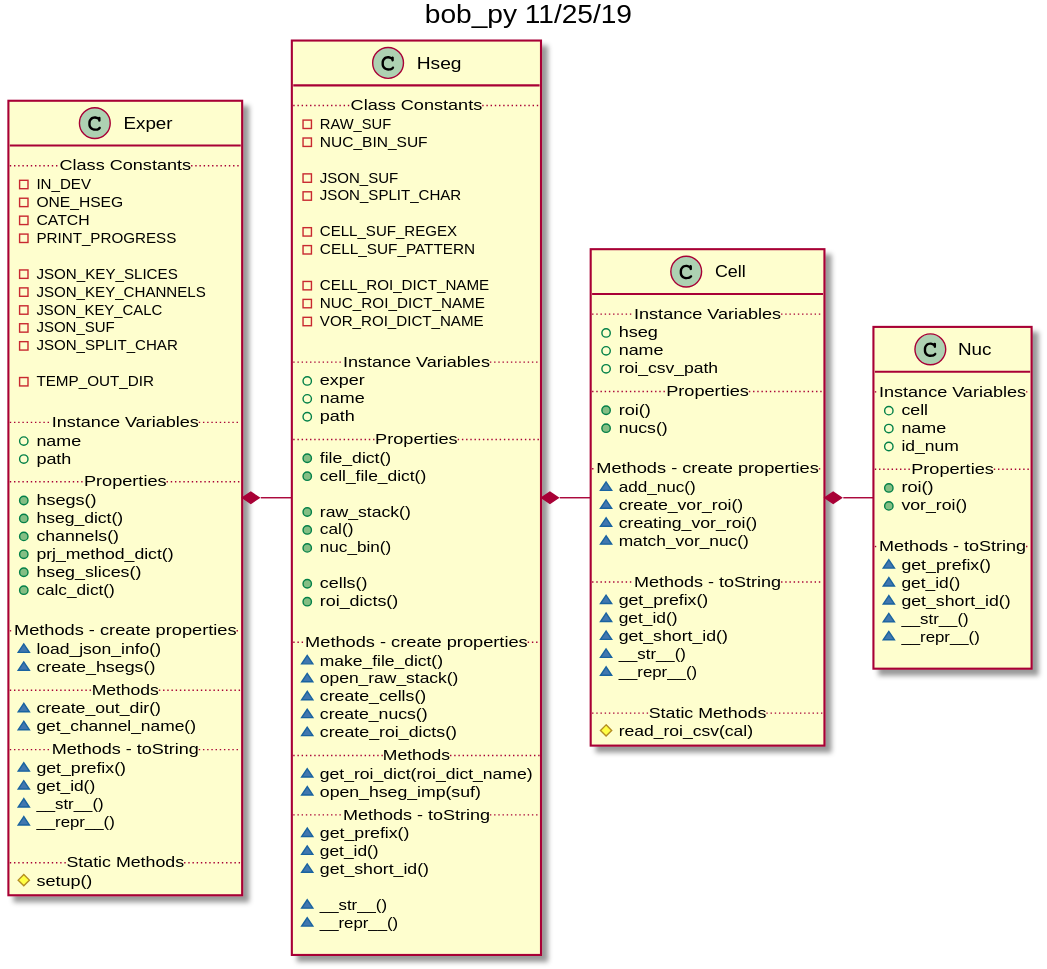
Earlier version of the PlantUML export class_diagrams/19-11-25/uml_all.svg (in-tension/bob_py2). Its diagram source:
```plantuml
@startuml
title bob_py 11/25/19


skinparam componentStyle uml2
class Exper {
  .. Class Constants ..
    - IN_DEV
    - ONE_HSEG
    - CATCH
    - PRINT_PROGRESS

    - JSON_KEY_SLICES
    - JSON_KEY_CHANNELS
    - JSON_KEY_CALC
    - JSON_SUF
    - JSON_SPLIT_CHAR

    - TEMP_OUT_DIR

  .. Instance Variables ..
    + name
    + path
  .. Properties ..
    + hsegs()
    + hseg_dict()
    + channels()
    + prj_method_dict()
    + hseg_slices()
    + calc_dict()

  .. Methods - create properties ..
    ~ load_json_info()
    ~ create_hsegs()
  .. Methods ..
    ~ create_out_dir()
    ~ get_channel_name()
  .. Methods - toString ..
      ~ get_prefix()
      ~ get_id()
      ~ __str__()
      ~ __repr__()

  .. Static Methods ..
    # setup()
}

class Hseg {
  .. Class Constants ..
    - RAW_SUF
    - NUC_BIN_SUF

    - JSON_SUF
    - JSON_SPLIT_CHAR

    - CELL_SUF_REGEX
    - CELL_SUF_PATTERN

    - CELL_ROI_DICT_NAME
    - NUC_ROI_DICT_NAME
    - VOR_ROI_DICT_NAME

  .. Instance Variables ..
    + exper
    + name
    + path
  .. Properties ..
    + file_dict()
    + cell_file_dict()

    + raw_stack()
    + cal()
    + nuc_bin()

    + cells()
    + roi_dicts()

  .. Methods - create properties ..
    ~ make_file_dict()
    ~ open_raw_stack()
    ~ create_cells()
    ~ create_nucs()
    ~ create_roi_dicts()
  .. Methods ..
    ~ get_roi_dict(roi_dict_name)
    ~ open_hseg_imp(suf)
  .. Methods - toString ..
    ~ get_prefix()
    ~ get_id()
    ~ get_short_id()

    ~ __str__()
    ~ __repr__()

}

class Cell {
  .. Instance Variables ..
    + hseg
    + name
    + roi_csv_path
  .. Properties ..
    + roi()
    + nucs()

  .. Methods - create properties ..
    ~ add_nuc()
    ~ create_vor_roi()
    ~ creating_vor_roi()
    ~ match_vor_nuc()

  .. Methods - toString ..
      ~ get_prefix()
      ~ get_id()
      ~ get_short_id()
      ~ __str__()
      ~ __repr__()

  .. Static Methods ..
    # read_roi_csv(cal)
}

class Nuc {
  .. Instance Variables ..
    + cell
    + name
    + id_num
  .. Properties ..
    + roi()
    + vor_roi()

  .. Methods - toString ..
      ~ get_prefix()
      ~ get_id()
      ~ get_short_id()
      ~ __str__()
      ~ __repr__()

}


Exper *-right- Hseg
Hseg *-right- Cell
Cell *-right- Nuc
@enduml
```
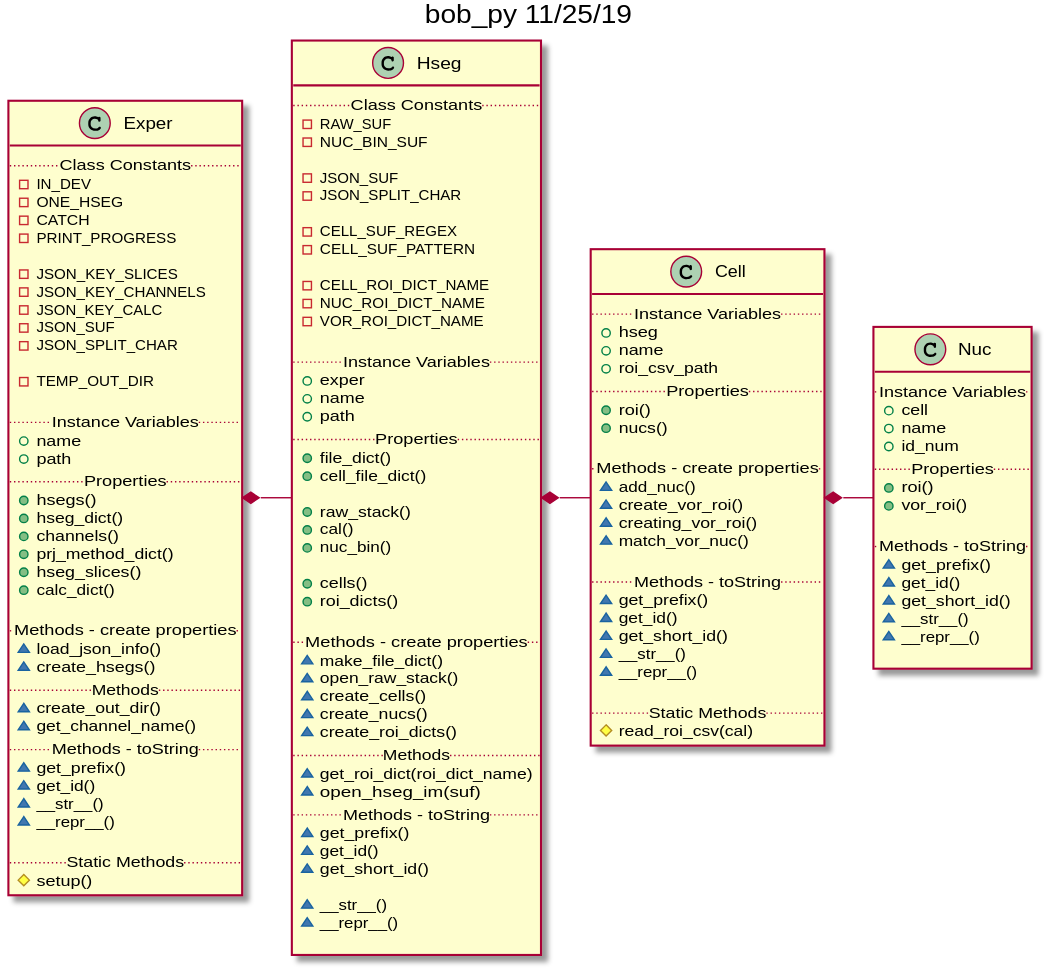
The same diagram one commit later.

Change to the diagram source:
```diff
@@ -83,7 +83,7 @@
     ~ create_roi_dicts()
   .. Methods ..
     ~ get_roi_dict(roi_dict_name)
-    ~ open_hseg_imp(suf)
+    ~ open_hseg_im(suf)
   .. Methods - toString ..
     ~ get_prefix()
     ~ get_id()
```
